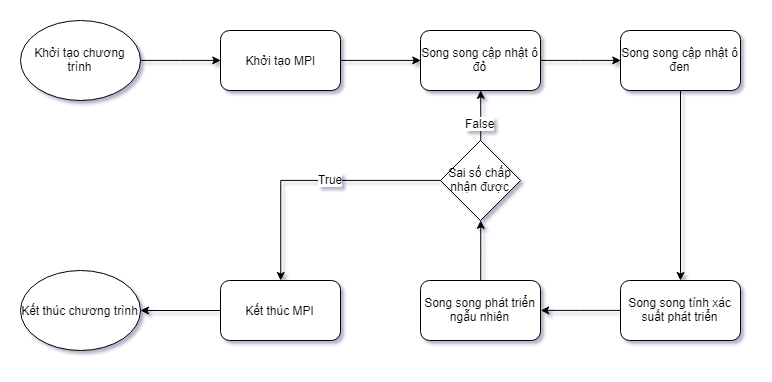
The draw.io diagram Project/Presentation/img/algo-flowchart.png in dangxuanvuong98/parallel_programming_homework, before a commit. Source tidied: cells renumbered, new cells last; positions are measured from the earlier drawing's top-left corner, leaving out a move shared by most shapes. The source it was exported from:
```xml
<mxGraphModel>
  <root>
    <mxCell id="0" />
    <mxCell id="1" parent="0" />
    <mxCell id="2" style="edgeStyle=orthogonalEdgeStyle;rounded=0;jettySize=auto;html=1;entryX=0;entryY=0.5;entryDx=0;entryDy=0;" parent="1" edge="1" source="3" target="5">
      <mxGeometry relative="1" as="geometry" />
    </mxCell>
    <mxCell id="3" value="Khởi tạo chương trình" style="ellipse;whiteSpace=wrap;html=1;" parent="1" vertex="1">
      <mxGeometry width="120" height="80" as="geometry" />
    </mxCell>
    <mxCell id="4" style="edgeStyle=orthogonalEdgeStyle;rounded=0;jettySize=auto;html=1;exitX=1;exitY=0.5;exitDx=0;exitDy=0;entryX=0;entryY=0.5;entryDx=0;entryDy=0;" parent="1" edge="1" source="5" target="7">
      <mxGeometry relative="1" as="geometry" />
    </mxCell>
    <mxCell id="5" value="Khởi tạo MPI" style="rounded=1;whiteSpace=wrap;html=1;" parent="1" vertex="1">
      <mxGeometry x="200" y="10" width="120" height="60" as="geometry" />
    </mxCell>
    <mxCell id="6" style="edgeStyle=orthogonalEdgeStyle;rounded=0;jettySize=auto;html=1;entryX=0;entryY=0.5;entryDx=0;entryDy=0;" parent="1" edge="1" source="7" target="9">
      <mxGeometry relative="1" as="geometry" />
    </mxCell>
    <mxCell id="7" value="Song song cập nhật ô đỏ" style="rounded=1;whiteSpace=wrap;html=1;" parent="1" vertex="1">
      <mxGeometry x="400" y="10" width="120" height="60" as="geometry" />
    </mxCell>
    <mxCell id="8" style="edgeStyle=orthogonalEdgeStyle;rounded=0;jettySize=auto;html=1;" parent="1" edge="1" source="9" target="11">
      <mxGeometry relative="1" as="geometry" />
    </mxCell>
    <mxCell id="9" value="Song song cập nhật ô đen" style="rounded=1;whiteSpace=wrap;html=1;" parent="1" vertex="1">
      <mxGeometry x="600" y="10" width="120" height="60" as="geometry" />
    </mxCell>
    <mxCell id="10" style="edgeStyle=orthogonalEdgeStyle;rounded=0;jettySize=auto;html=1;entryX=1;entryY=0.5;entryDx=0;entryDy=0;" parent="1" edge="1" source="11" target="13">
      <mxGeometry relative="1" as="geometry" />
    </mxCell>
    <mxCell id="11" value="Song song tính xác suất phát triển" style="rounded=1;whiteSpace=wrap;html=1;" parent="1" vertex="1">
      <mxGeometry x="600" y="260" width="120" height="60" as="geometry" />
    </mxCell>
    <mxCell id="12" style="edgeStyle=orthogonalEdgeStyle;rounded=0;jettySize=auto;html=1;entryX=0.5;entryY=1;entryDx=0;entryDy=0;" parent="1" edge="1" source="13" target="21">
      <mxGeometry relative="1" as="geometry" />
    </mxCell>
    <mxCell id="13" value="Song song phát triển ngẫu nhiên" style="rounded=1;whiteSpace=wrap;html=1;" parent="1" vertex="1">
      <mxGeometry x="400" y="260" width="120" height="60" as="geometry" />
    </mxCell>
    <mxCell id="14" value="Kết thúc MPI" style="rounded=1;whiteSpace=wrap;html=1;" parent="1" vertex="1">
      <mxGeometry x="200" y="260" width="120" height="60" as="geometry" />
    </mxCell>
    <mxCell id="15" value="Kết thúc chương trình" style="ellipse;whiteSpace=wrap;html=1;" parent="1" vertex="1">
      <mxGeometry y="250" width="120" height="80" as="geometry" />
    </mxCell>
    <mxCell id="16" style="endArrow=classic;html=1;entryX=1;entryY=0.5;entryDx=0;entryDy=0;" parent="1" edge="1" source="14" target="15">
      <mxGeometry relative="1" as="geometry" />
    </mxCell>
    <mxCell id="17" style="edgeStyle=orthogonalEdgeStyle;rounded=0;jettySize=auto;html=1;entryX=0.5;entryY=1;entryDx=0;entryDy=0;" parent="1" edge="1" source="21" target="7">
      <mxGeometry relative="1" as="geometry" />
    </mxCell>
    <mxCell id="18" value="False" style="text;html=1;align=center;verticalAlign=middle;labelBackgroundColor=#ffffff;" parent="17" vertex="1">
      <mxGeometry y="-8" relative="1" as="geometry">
        <mxPoint x="-8" y="8" as="offset" />
      </mxGeometry>
    </mxCell>
    <mxCell id="19" style="edgeStyle=orthogonalEdgeStyle;rounded=0;jettySize=auto;html=1;" parent="1" edge="1" source="21" target="14">
      <mxGeometry relative="1" as="geometry" />
    </mxCell>
    <mxCell id="20" value="True" style="text;html=1;align=center;verticalAlign=middle;labelBackgroundColor=#ffffff;" parent="19" vertex="1">
      <mxGeometry x="-0.15" y="-1" relative="1" as="geometry" />
    </mxCell>
    <mxCell id="21" value="Sai số chấp nhận được" style="rhombus;whiteSpace=wrap;html=1;" parent="1" vertex="1">
      <mxGeometry x="420" y="120" width="80" height="80" as="geometry" />
    </mxCell>
  </root>
</mxGraphModel>
```
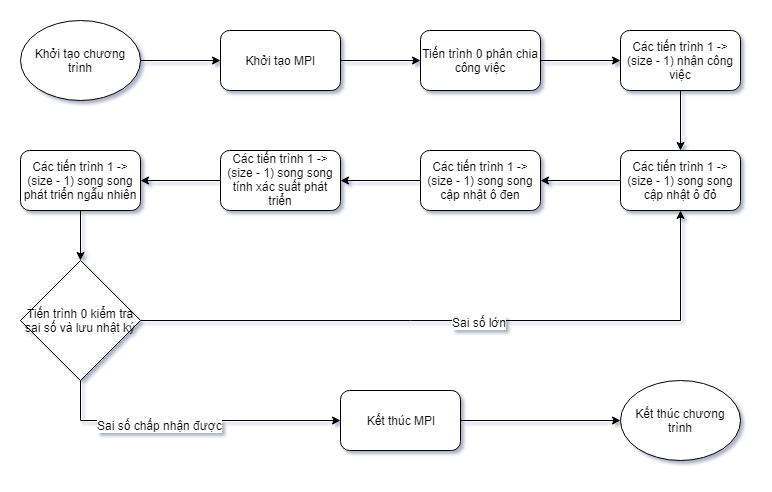
The same diagram one commit later.

The edit, as a diff of the source:
```diff
@@ -6,63 +6,73 @@
       <mxGeometry relative="1" as="geometry" />
     </mxCell>
     <mxCell id="3" value="Khởi tạo chương trình" style="ellipse;whiteSpace=wrap;html=1;" parent="1" vertex="1">
-      <mxGeometry width="120" height="80" as="geometry" />
+      <mxGeometry y="-80" width="120" height="80" as="geometry" />
     </mxCell>
-    <mxCell id="4" style="edgeStyle=orthogonalEdgeStyle;rounded=0;jettySize=auto;html=1;exitX=1;exitY=0.5;exitDx=0;exitDy=0;entryX=0;entryY=0.5;entryDx=0;entryDy=0;" parent="1" edge="1" source="5" target="7">
+    <mxCell id="4" style="edgeStyle=orthogonalEdgeStyle;rounded=0;jettySize=auto;html=1;exitX=1;exitY=0.5;exitDx=0;exitDy=0;entryX=0;entryY=0.5;entryDx=0;entryDy=0;" parent="1" edge="1" source="5" target="25">
       <mxGeometry relative="1" as="geometry" />
     </mxCell>
     <mxCell id="5" value="Khởi tạo MPI" style="rounded=1;whiteSpace=wrap;html=1;" parent="1" vertex="1">
-      <mxGeometry x="200" y="10" width="120" height="60" as="geometry" />
+      <mxGeometry x="200" y="-70" width="120" height="60" as="geometry" />
     </mxCell>
-    <mxCell id="6" style="edgeStyle=orthogonalEdgeStyle;rounded=0;jettySize=auto;html=1;entryX=0;entryY=0.5;entryDx=0;entryDy=0;" parent="1" edge="1" source="7" target="9">
+    <mxCell id="6" style="edgeStyle=orthogonalEdgeStyle;rounded=0;jettySize=auto;html=1;entryX=1;entryY=0.5;entryDx=0;entryDy=0;" parent="1" edge="1" source="7" target="9">
       <mxGeometry relative="1" as="geometry" />
     </mxCell>
-    <mxCell id="7" value="Song song cập nhật ô đỏ" style="rounded=1;whiteSpace=wrap;html=1;" parent="1" vertex="1">
-      <mxGeometry x="400" y="10" width="120" height="60" as="geometry" />
+    <mxCell id="7" value="Các tiến trình 1 -&amp;gt; (size - 1) song song cập nhật ô đỏ" style="rounded=1;whiteSpace=wrap;html=1;" parent="1" vertex="1">
+      <mxGeometry x="600" y="50" width="120" height="60" as="geometry" />
     </mxCell>
-    <mxCell id="8" style="edgeStyle=orthogonalEdgeStyle;rounded=0;jettySize=auto;html=1;" parent="1" edge="1" source="9" target="11">
+    <mxCell id="8" style="edgeStyle=orthogonalEdgeStyle;rounded=0;jettySize=auto;html=1;entryX=1;entryY=0.5;entryDx=0;entryDy=0;" parent="1" edge="1" source="9" target="11">
       <mxGeometry relative="1" as="geometry" />
     </mxCell>
-    <mxCell id="9" value="Song song cập nhật ô đen" style="rounded=1;whiteSpace=wrap;html=1;" parent="1" vertex="1">
-      <mxGeometry x="600" y="10" width="120" height="60" as="geometry" />
+    <mxCell id="9" value="Các tiến trình 1 -&amp;gt; (size - 1) song song cập nhật ô đen" style="rounded=1;whiteSpace=wrap;html=1;" parent="1" vertex="1">
+      <mxGeometry x="400" y="50" width="120" height="60" as="geometry" />
     </mxCell>
     <mxCell id="10" style="edgeStyle=orthogonalEdgeStyle;rounded=0;jettySize=auto;html=1;entryX=1;entryY=0.5;entryDx=0;entryDy=0;" parent="1" edge="1" source="11" target="13">
       <mxGeometry relative="1" as="geometry" />
     </mxCell>
-    <mxCell id="11" value="Song song tính xác suất phát triển" style="rounded=1;whiteSpace=wrap;html=1;" parent="1" vertex="1">
-      <mxGeometry x="600" y="260" width="120" height="60" as="geometry" />
+    <mxCell id="11" value="Các tiến trình 1 -&amp;gt; (size - 1) song song tính xác suất phát triển" style="rounded=1;whiteSpace=wrap;html=1;" parent="1" vertex="1">
+      <mxGeometry x="200" y="50" width="120" height="60" as="geometry" />
     </mxCell>
-    <mxCell id="12" style="edgeStyle=orthogonalEdgeStyle;rounded=0;jettySize=auto;html=1;entryX=0.5;entryY=1;entryDx=0;entryDy=0;" parent="1" edge="1" source="13" target="21">
+    <mxCell id="12" style="edgeStyle=orthogonalEdgeStyle;rounded=0;jettySize=auto;html=1;" parent="1" edge="1" source="13" target="21">
       <mxGeometry relative="1" as="geometry" />
     </mxCell>
-    <mxCell id="13" value="Song song phát triển ngẫu nhiên" style="rounded=1;whiteSpace=wrap;html=1;" parent="1" vertex="1">
-      <mxGeometry x="400" y="260" width="120" height="60" as="geometry" />
+    <mxCell id="13" value="Các tiến trình 1 -&amp;gt; (size - 1) song song phát triển ngẫu nhiên" style="rounded=1;whiteSpace=wrap;html=1;" parent="1" vertex="1">
+      <mxGeometry y="50" width="120" height="60" as="geometry" />
     </mxCell>
+    <mxCell id="16" style="edgeStyle=orthogonalEdgeStyle;rounded=0;jettySize=auto;html=1;entryX=0;entryY=0.5;entryDx=0;entryDy=0;" parent="1" edge="1" source="14" target="15">
+      <mxGeometry relative="1" as="geometry" />
+    </mxCell>
     <mxCell id="14" value="Kết thúc MPI" style="rounded=1;whiteSpace=wrap;html=1;" parent="1" vertex="1">
-      <mxGeometry x="200" y="260" width="120" height="60" as="geometry" />
+      <mxGeometry x="320" y="290" width="120" height="60" as="geometry" />
     </mxCell>
     <mxCell id="15" value="Kết thúc chương trình" style="ellipse;whiteSpace=wrap;html=1;" parent="1" vertex="1">
-      <mxGeometry y="250" width="120" height="80" as="geometry" />
+      <mxGeometry x="600" y="280" width="120" height="80" as="geometry" />
     </mxCell>
-    <mxCell id="16" style="endArrow=classic;html=1;entryX=1;entryY=0.5;entryDx=0;entryDy=0;" parent="1" edge="1" source="14" target="15">
-      <mxGeometry relative="1" as="geometry" />
-    </mxCell>
     <mxCell id="17" style="edgeStyle=orthogonalEdgeStyle;rounded=0;jettySize=auto;html=1;entryX=0.5;entryY=1;entryDx=0;entryDy=0;" parent="1" edge="1" source="21" target="7">
       <mxGeometry relative="1" as="geometry" />
     </mxCell>
-    <mxCell id="18" value="False" style="text;html=1;align=center;verticalAlign=middle;labelBackgroundColor=#ffffff;" parent="17" vertex="1">
-      <mxGeometry y="-8" relative="1" as="geometry">
-        <mxPoint x="-8" y="8" as="offset" />
-      </mxGeometry>
-    </mxCell>
+    <mxCell id="22" value="Sai số lớn" style="text;html=1;align=center;verticalAlign=middle;labelBackgroundColor=#ffffff;" parent="17" vertex="1">
+      <mxGeometry x="0.04" y="-1" relative="1" as="geometry" />
+    </mxCell>
-    <mxCell id="19" style="edgeStyle=orthogonalEdgeStyle;rounded=0;jettySize=auto;html=1;" parent="1" edge="1" source="21" target="14">
+    <mxCell id="19" style="edgeStyle=orthogonalEdgeStyle;rounded=0;jettySize=auto;html=1;exitX=0.5;exitY=1;exitDx=0;exitDy=0;entryX=0;entryY=0.5;entryDx=0;entryDy=0;" parent="1" edge="1" source="21" target="14">
       <mxGeometry relative="1" as="geometry" />
     </mxCell>
-    <mxCell id="20" value="True" style="text;html=1;align=center;verticalAlign=middle;labelBackgroundColor=#ffffff;" parent="19" vertex="1">
-      <mxGeometry x="-0.15" y="-1" relative="1" as="geometry" />
-    </mxCell>
+    <mxCell id="23" value="Sai số chấp nhận được" style="text;html=1;align=center;verticalAlign=middle;labelBackgroundColor=#ffffff;" parent="19" vertex="1">
+      <mxGeometry x="-0.2" y="-4" relative="1" as="geometry" />
+    </mxCell>
-    <mxCell id="21" value="Sai số chấp nhận được" style="rhombus;whiteSpace=wrap;html=1;" parent="1" vertex="1">
-      <mxGeometry x="420" y="120" width="80" height="80" as="geometry" />
+    <mxCell id="21" value="Tiến trình 0 kiểm tra sai số và lưu nhật ký" style="rhombus;whiteSpace=wrap;html=1;" parent="1" vertex="1">
+      <mxGeometry y="160" width="120" height="120" as="geometry" />
     </mxCell>
+    <mxCell id="24" style="edgeStyle=orthogonalEdgeStyle;rounded=0;jettySize=auto;html=1;entryX=0;entryY=0.5;entryDx=0;entryDy=0;" parent="1" edge="1" source="25" target="27">
+      <mxGeometry relative="1" as="geometry" />
+    </mxCell>
+    <mxCell id="25" value="Tiến trình 0 phân chia công việc" style="rounded=1;whiteSpace=wrap;html=1;" parent="1" vertex="1">
+      <mxGeometry x="400" y="-70" width="120" height="60" as="geometry" />
+    </mxCell>
+    <mxCell id="26" style="edgeStyle=orthogonalEdgeStyle;rounded=0;jettySize=auto;html=1;entryX=0.5;entryY=0;entryDx=0;entryDy=0;" parent="1" edge="1" source="27" target="7">
+      <mxGeometry relative="1" as="geometry" />
+    </mxCell>
+    <mxCell id="27" value="Các tiến trình 1 -&amp;gt; (size - 1) nhận công việc" style="rounded=1;whiteSpace=wrap;html=1;" parent="1" vertex="1">
+      <mxGeometry x="600" y="-70" width="120" height="60" as="geometry" />
+    </mxCell>
   </root>
 </mxGraphModel>
```
